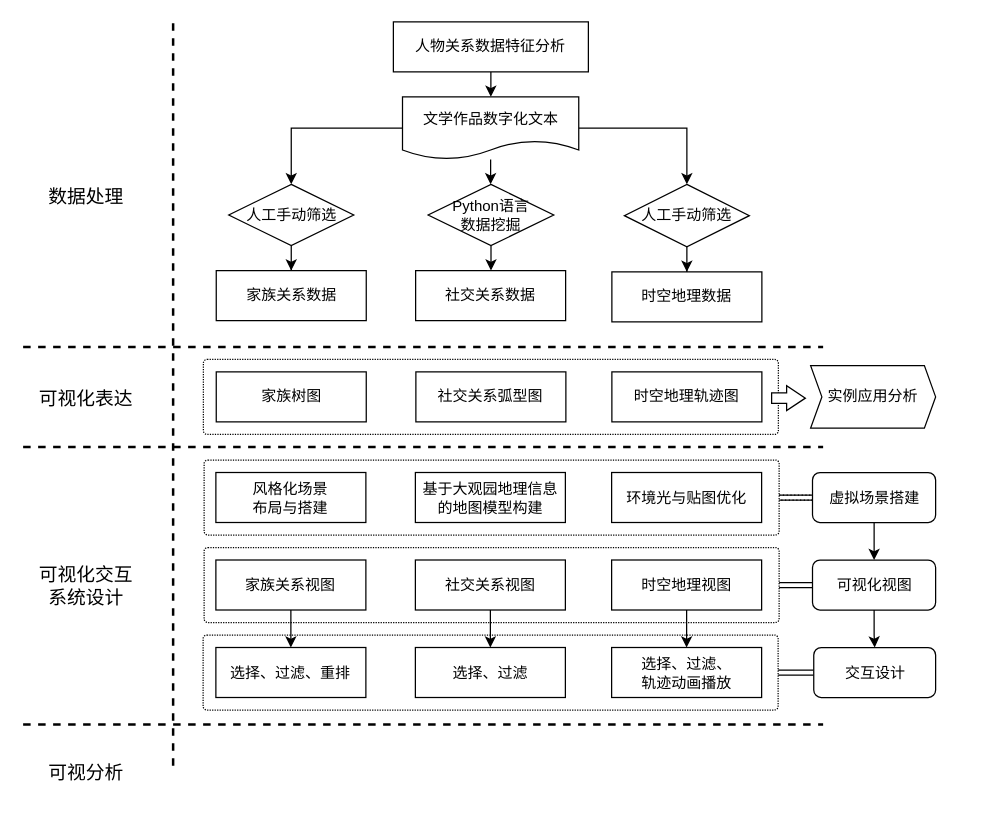
Before: Papers/Untitled Diagram.drawio in susanteen/BIGChongloumengVIS, a draw.io diagram. Source tidied: cells renumbered, new cells numbered last; positions are measured from the earlier drawing's top-left corner, leaving out a move shared by most shapes. Both pictures are drawn from the tidied source at 125%, with x=0, y=0 at pixel (22, 21).
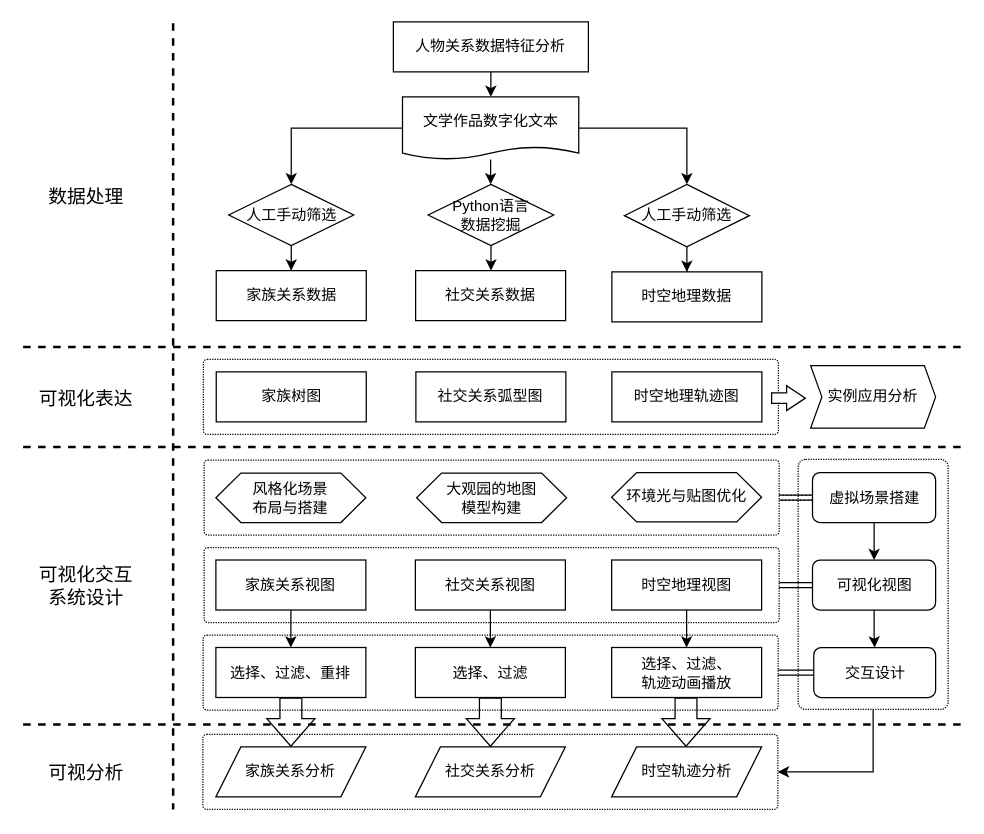
The same page after the edit.

Commit message:
Complete pipeline

Unchanged cells that the change refers to:
```xml
<mxCell id="49" value="选择、过滤、重排" style="rounded=0;whiteSpace=wrap;html=1;" parent="1" vertex="1">
  <mxGeometry x="154.2" y="500.5" width="120" height="40" as="geometry" />
</mxCell>
```

The edit, as a diff of the source:
```diff
@@
+    <mxCell id="55" style="rounded=1;whiteSpace=wrap;html=1;fontSize=12;fillColor=none;dashed=1;dashPattern=1 1;arcSize=5;" parent="1" vertex="1">
+      <mxGeometry x="143.8" y="570" width="460" height="60" as="geometry" />
+    </mxCell>
@@
-    <mxCell id="13" value="文学作品数字化文本" style="shape=document;whiteSpace=wrap;html=1;boundedLbl=1;" parent="1" vertex="1">
+    <mxCell id="13" value="文学作品数字化文本" style="shape=document;whiteSpace=wrap;html=1;boundedLbl=1;size=0.2;" parent="1" vertex="1">
       <mxGeometry x="303.5" y="60" width="141" height="50" as="geometry" />
     </mxCell>
@@
     <mxCell id="29" style="endArrow=none;dashed=1;html=1;rounded=0;strokeWidth=2;" parent="1" edge="1">
       <mxGeometry relative="1" as="geometry">
         <mxPoint y="260" as="sourcePoint" />
-        <mxPoint x="640" y="260" as="targetPoint" />
+        <mxPoint x="750" y="260" as="targetPoint" />
       </mxGeometry>
     </mxCell>
     <mxCell id="30" style="endArrow=none;dashed=1;html=1;rounded=0;strokeWidth=2;" parent="1" edge="1">
       <mxGeometry relative="1" as="geometry">
         <mxPoint y="340" as="sourcePoint" />
-        <mxPoint x="640" y="340" as="targetPoint" />
+        <mxPoint x="750" y="340" as="targetPoint" />
       </mxGeometry>
     </mxCell>
@@
-    <mxCell id="32" value="风格化场景&lt;br&gt;布局与搭建" style="rounded=0;whiteSpace=wrap;html=1;" parent="1" vertex="1">
-      <mxGeometry x="154.2" y="360.5" width="120" height="40" as="geometry" />
-    </mxCell>
-    <mxCell id="33" value="基于大观园地理信息的地图模型构建" style="rounded=0;whiteSpace=wrap;html=1;" parent="1" vertex="1">
-      <mxGeometry x="313.8" y="360.5" width="120" height="40" as="geometry" />
-    </mxCell>
-    <mxCell id="34" value="环境光与贴图优化" style="rounded=0;whiteSpace=wrap;html=1;" parent="1" vertex="1">
-      <mxGeometry x="470.8" y="360.5" width="120" height="40" as="geometry" />
-    </mxCell>
     <mxCell id="35" style="endArrow=none;dashed=1;html=1;rounded=0;strokeWidth=2;" parent="1" edge="1">
       <mxGeometry relative="1" as="geometry">
         <mxPoint x="120" y="1" as="sourcePoint" />
-        <mxPoint x="120" y="601" as="targetPoint" />
+        <mxPoint x="120" y="630" as="targetPoint" />
       </mxGeometry>
     </mxCell>
@@
     <mxCell id="54" style="endArrow=none;dashed=1;html=1;rounded=0;strokeWidth=2;" parent="1" edge="1">
       <mxGeometry relative="1" as="geometry">
         <mxPoint y="562" as="sourcePoint" />
-        <mxPoint x="640" y="562" as="targetPoint" />
+        <mxPoint x="750" y="562" as="targetPoint" />
       </mxGeometry>
     </mxCell>
+    <mxCell id="56" style="edgeStyle=orthogonalEdgeStyle;rounded=0;jettySize=auto;html=1;entryX=1;entryY=0.5;entryDx=0;entryDy=0;fontSize=12;strokeWidth=1;" parent="1" edge="1" source="57" target="55">
+      <mxGeometry relative="1" as="geometry">
+        <Array as="points">
+          <mxPoint x="680" y="600" />
+        </Array>
+      </mxGeometry>
+    </mxCell>
+    <mxCell id="57" style="rounded=1;whiteSpace=wrap;html=1;fontSize=12;fillColor=none;dashed=1;dashPattern=1 1;arcSize=5;" parent="1" vertex="1">
+      <mxGeometry x="620" y="350" width="120" height="200" as="geometry" />
+    </mxCell>
+    <mxCell id="58" value="家族关系分析" style="shape=parallelogram;perimeter=parallelogramPerimeter;whiteSpace=wrap;html=1;fixedSize=1;fontSize=12;fillColor=none;" parent="1" vertex="1">
+      <mxGeometry x="154.2" y="580" width="120" height="40" as="geometry" />
+    </mxCell>
+    <mxCell id="59" value="时空轨迹分析" style="shape=parallelogram;perimeter=parallelogramPerimeter;whiteSpace=wrap;html=1;fixedSize=1;fontSize=12;fillColor=none;" parent="1" vertex="1">
+      <mxGeometry x="470.8" y="580" width="120" height="40" as="geometry" />
+    </mxCell>
+    <mxCell id="60" value="社交关系分析" style="shape=parallelogram;perimeter=parallelogramPerimeter;whiteSpace=wrap;html=1;fixedSize=1;fontSize=12;fillColor=none;" parent="1" vertex="1">
+      <mxGeometry x="313.8" y="580" width="120" height="40" as="geometry" />
+    </mxCell>
+    <mxCell id="61" style="shape=flexArrow;endArrow=classic;html=1;rounded=0;fontSize=12;strokeWidth=1;exitX=0.5;exitY=1;exitDx=0;exitDy=0;entryX=0.5;entryY=0;entryDx=0;entryDy=0;width=17.5;endSize=7.0583333333333345;" parent="1" edge="1" source="49" target="58">
+      <mxGeometry relative="1" as="geometry" />
+    </mxCell>
+    <mxCell id="62" style="shape=flexArrow;endArrow=classic;html=1;rounded=0;fontSize=12;strokeWidth=1;exitX=0.5;exitY=1;exitDx=0;exitDy=0;entryX=0.5;entryY=0;entryDx=0;entryDy=0;width=17.5;endSize=7.0583333333333345;" parent="1" edge="1">
+      <mxGeometry relative="1" as="geometry">
+        <mxPoint x="373.8" y="540.5" as="sourcePoint" />
+        <mxPoint x="373.8" y="580" as="targetPoint" />
+      </mxGeometry>
+    </mxCell>
+    <mxCell id="63" style="shape=flexArrow;endArrow=classic;html=1;rounded=0;fontSize=12;strokeWidth=1;exitX=0.5;exitY=1;exitDx=0;exitDy=0;entryX=0.5;entryY=0;entryDx=0;entryDy=0;width=17.5;endSize=7.0583333333333345;" parent="1" edge="1">
+      <mxGeometry relative="1" as="geometry">
+        <mxPoint x="530.3" y="540.5" as="sourcePoint" />
+        <mxPoint x="530.3" y="580" as="targetPoint" />
+      </mxGeometry>
+    </mxCell>
+    <mxCell id="32" value="&#10;&#10;&lt;span style=&quot;color: rgb(0, 0, 0); font-family: helvetica; font-size: 12px; font-style: normal; font-weight: 400; letter-spacing: normal; text-align: center; text-indent: 0px; text-transform: none; word-spacing: 0px; background-color: rgb(248, 249, 250); display: inline; float: none;&quot;&gt;风格化场景&lt;/span&gt;&lt;br style=&quot;color: rgb(0, 0, 0); font-family: helvetica; font-size: 12px; font-style: normal; font-weight: 400; letter-spacing: normal; text-align: center; text-indent: 0px; text-transform: none; word-spacing: 0px; background-color: rgb(248, 249, 250);&quot;&gt;&lt;span style=&quot;color: rgb(0, 0, 0); font-family: helvetica; font-size: 12px; font-style: normal; font-weight: 400; letter-spacing: normal; text-align: center; text-indent: 0px; text-transform: none; word-spacing: 0px; background-color: rgb(248, 249, 250); display: inline; float: none;&quot;&gt;布局与搭建&lt;/span&gt;&#10;&#10;" style="shape=hexagon;perimeter=hexagonPerimeter2;whiteSpace=wrap;html=1;fixedSize=1;fontSize=12;fillColor=none;" parent="1" vertex="1">
+      <mxGeometry x="154.2" y="361" width="120" height="39.5" as="geometry" />
+    </mxCell>
+    <mxCell id="34" value="环境光与贴图优化" style="shape=hexagon;perimeter=hexagonPerimeter2;whiteSpace=wrap;html=1;fixedSize=1;fontSize=12;fillColor=none;" parent="1" vertex="1">
+      <mxGeometry x="470.8" y="360.5" width="120" height="39.5" as="geometry" />
+    </mxCell>
+    <mxCell id="64" value="大观园的地图&lt;br&gt;模型构建" style="shape=hexagon;perimeter=hexagonPerimeter2;whiteSpace=wrap;html=1;fixedSize=1;fontSize=12;fillColor=none;" parent="1" vertex="1">
+      <mxGeometry x="314.8" y="361" width="120" height="39.5" as="geometry" />
+    </mxCell>
```
